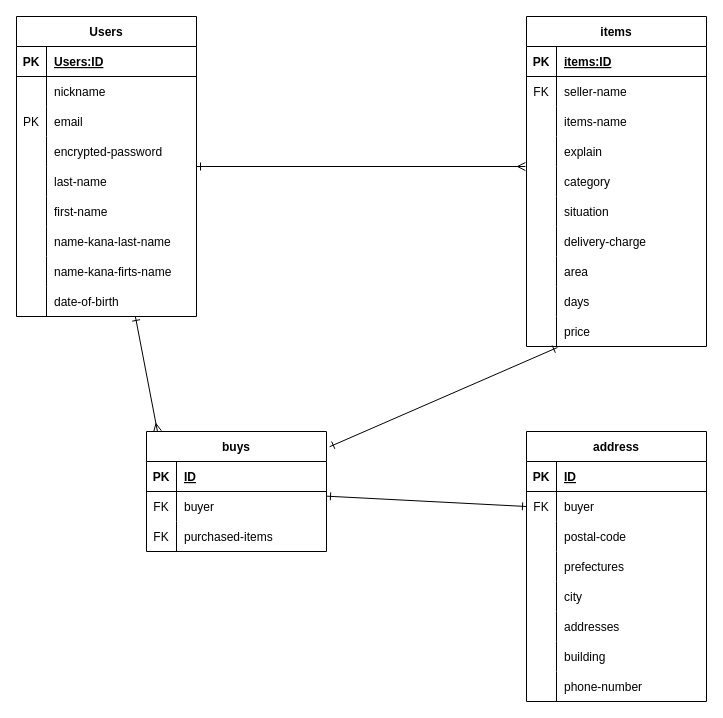
The draw.io diagram ER図.dio in hiro1425/furima-40311, before the edit. Source tidied: cells renumbered, new cells numbered last; positions are measured from the earlier drawing's top-left corner, leaving out a move shared by most shapes. Both pictures are drawn from the tidied source at 100%, with x=0, y=0 at pixel (16, 16).
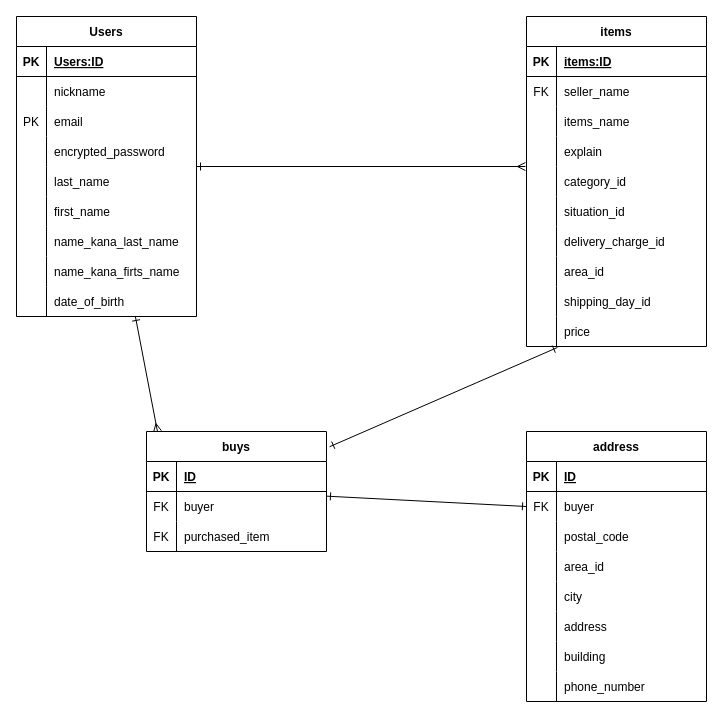
The same page after the edit.

Commit message (it also covers changes not shown here):
DB設計.修正版

Unchanged cells that the change refers to:
```xml
<mxCell id="7" style="shape=tableRow;horizontal=0;startSize=0;swimlaneHead=0;swimlaneBody=0;fillColor=none;top=0;left=0;right=0;bottom=0;" parent="3" vertex="1">
  <mxGeometry y="60" width="180" height="30" as="geometry" />
</mxCell>
<mxCell id="10" style="shape=tableRow;horizontal=0;startSize=0;swimlaneHead=0;swimlaneBody=0;fillColor=none;top=0;left=0;right=0;bottom=0;" parent="3" vertex="1">
  <mxGeometry y="90" width="180" height="30" as="geometry" />
</mxCell>
<mxCell id="16" style="shape=tableRow;horizontal=0;startSize=0;swimlaneHead=0;swimlaneBody=0;fillColor=none;points=[[0,0.5],[1,0.5]];portConstraint=eastwest;top=0;left=0;right=0;bottom=0;" parent="3" vertex="1">
  <mxGeometry y="150" width="180" height="30" as="geometry" />
</mxCell>
<mxCell id="19" style="shape=tableRow;horizontal=0;startSize=0;swimlaneHead=0;swimlaneBody=0;fillColor=none;top=0;left=0;right=0;bottom=0;" parent="3" vertex="1">
  <mxGeometry y="180" width="180" height="30" as="geometry" />
</mxCell>
<mxCell id="22" style="shape=tableRow;horizontal=0;startSize=0;swimlaneHead=0;swimlaneBody=0;fillColor=none;top=0;left=0;right=0;bottom=0;" parent="3" vertex="1">
  <mxGeometry y="210" width="180" height="30" as="geometry" />
</mxCell>
<mxCell id="25" style="shape=tableRow;horizontal=0;startSize=0;swimlaneHead=0;swimlaneBody=0;fillColor=none;top=0;left=0;right=0;bottom=0;" parent="3" vertex="1">
  <mxGeometry y="240" width="180" height="30" as="geometry" />
</mxCell>
<mxCell id="28" style="shape=tableRow;horizontal=0;startSize=0;swimlaneHead=0;swimlaneBody=0;fillColor=none;top=0;left=0;right=0;bottom=0;" parent="3" vertex="1">
  <mxGeometry y="270" width="180" height="30" as="geometry" />
</mxCell>
<mxCell id="46" style="shape=tableRow;horizontal=0;startSize=0;swimlaneHead=0;swimlaneBody=0;fillColor=none;top=0;left=0;right=0;bottom=0;" parent="36" vertex="1">
  <mxGeometry y="120" width="180" height="30" as="geometry" />
</mxCell>
<mxCell id="49" style="shape=tableRow;horizontal=0;startSize=0;swimlaneHead=0;swimlaneBody=0;fillColor=none;top=0;left=0;right=0;bottom=0;" parent="36" vertex="1">
  <mxGeometry y="150" width="180" height="30" as="geometry" />
</mxCell>
<mxCell id="52" style="shape=tableRow;horizontal=0;startSize=0;swimlaneHead=0;swimlaneBody=0;fillColor=none;top=0;left=0;right=0;bottom=0;" parent="36" vertex="1">
  <mxGeometry y="180" width="180" height="30" as="geometry" />
</mxCell>
<mxCell id="55" style="shape=tableRow;horizontal=0;startSize=0;swimlaneHead=0;swimlaneBody=0;fillColor=none;top=0;left=0;right=0;bottom=0;" parent="36" vertex="1">
  <mxGeometry y="210" width="180" height="30" as="geometry" />
</mxCell>
<mxCell id="58" style="shape=tableRow;horizontal=0;startSize=0;swimlaneHead=0;swimlaneBody=0;fillColor=none;top=0;left=0;right=0;bottom=0;" parent="36" vertex="1">
  <mxGeometry y="240" width="180" height="30" as="geometry" />
</mxCell>
<mxCell id="61" style="shape=tableRow;horizontal=0;startSize=0;swimlaneHead=0;swimlaneBody=0;fillColor=none;top=0;left=0;right=0;bottom=0;" parent="36" vertex="1">
  <mxGeometry y="270" width="180" height="30" as="geometry" />
</mxCell>
<mxCell id="72" style="shape=tableRow;horizontal=0;startSize=0;swimlaneHead=0;swimlaneBody=0;fillColor=none;top=0;left=0;right=0;bottom=0;" parent="65" vertex="1">
  <mxGeometry y="90" width="180" height="30" as="geometry" />
</mxCell>
<mxCell id="82" style="shape=tableRow;horizontal=0;startSize=0;swimlaneHead=0;swimlaneBody=0;fillColor=none;top=0;left=0;right=0;bottom=0;" parent="75" vertex="1">
  <mxGeometry y="90" width="180" height="30" as="geometry" />
</mxCell>
<mxCell id="85" style="shape=tableRow;horizontal=0;startSize=0;swimlaneHead=0;swimlaneBody=0;fillColor=none;top=0;left=0;right=0;bottom=0;" parent="75" vertex="1">
  <mxGeometry y="120" width="180" height="30" as="geometry" />
</mxCell>
<mxCell id="91" style="shape=tableRow;horizontal=0;startSize=0;swimlaneHead=0;swimlaneBody=0;fillColor=none;top=0;left=0;right=0;bottom=0;" parent="75" vertex="1">
  <mxGeometry y="180" width="180" height="30" as="geometry" />
</mxCell>
<mxCell id="97" style="shape=tableRow;horizontal=0;startSize=0;swimlaneHead=0;swimlaneBody=0;fillColor=none;top=0;left=0;right=0;bottom=0;" parent="75" vertex="1">
  <mxGeometry y="240" width="180" height="30" as="geometry" />
</mxCell>
```

Diff of the diagram source:
```diff
@@
-    <mxCell id="9" value="seller-name" style="shape=partialRectangle;fillColor=none;top=0;left=0;bottom=0;right=0;align=left;spacingLeft=6;overflow=hidden;" parent="7" vertex="1">
+    <mxCell id="9" value="seller_name" style="shape=partialRectangle;fillColor=none;top=0;left=0;bottom=0;right=0;align=left;spacingLeft=6;overflow=hidden;" parent="7" vertex="1">
       <mxGeometry x="30" width="150" height="30" as="geometry" />
     </mxCell>
@@
-    <mxCell id="12" value="items-name" style="shape=partialRectangle;fillColor=none;top=0;left=0;bottom=0;right=0;align=left;spacingLeft=6;overflow=hidden;" parent="10" vertex="1">
+    <mxCell id="12" value="items_name" style="shape=partialRectangle;fillColor=none;top=0;left=0;bottom=0;right=0;align=left;spacingLeft=6;overflow=hidden;" parent="10" vertex="1">
       <mxGeometry x="30" width="150" height="30" as="geometry" />
     </mxCell>
@@
-    <mxCell id="18" value="category" style="shape=partialRectangle;fillColor=none;top=0;left=0;bottom=0;right=0;align=left;spacingLeft=6;overflow=hidden;" parent="16" vertex="1">
+    <mxCell id="18" value="category_id" style="shape=partialRectangle;fillColor=none;top=0;left=0;bottom=0;right=0;align=left;spacingLeft=6;overflow=hidden;" parent="16" vertex="1">
       <mxGeometry x="30" width="150" height="30" as="geometry" />
     </mxCell>
@@
-    <mxCell id="21" value="situation" style="shape=partialRectangle;fillColor=none;top=0;left=0;bottom=0;right=0;align=left;spacingLeft=6;overflow=hidden;" parent="19" vertex="1">
+    <mxCell id="21" value="situation_id" style="shape=partialRectangle;fillColor=none;top=0;left=0;bottom=0;right=0;align=left;spacingLeft=6;overflow=hidden;" parent="19" vertex="1">
       <mxGeometry x="30" width="150" height="30" as="geometry" />
     </mxCell>
@@
-    <mxCell id="24" value="delivery-charge" style="shape=partialRectangle;fillColor=none;top=0;left=0;bottom=0;right=0;align=left;spacingLeft=6;overflow=hidden;" parent="22" vertex="1">
+    <mxCell id="24" value="delivery_charge_id" style="shape=partialRectangle;fillColor=none;top=0;left=0;bottom=0;right=0;align=left;spacingLeft=6;overflow=hidden;" parent="22" vertex="1">
       <mxGeometry x="30" width="150" height="30" as="geometry" />
     </mxCell>
@@
-    <mxCell id="27" value="area" style="shape=partialRectangle;fillColor=none;top=0;left=0;bottom=0;right=0;align=left;spacingLeft=6;overflow=hidden;" parent="25" vertex="1">
+    <mxCell id="27" value="area_id" style="shape=partialRectangle;fillColor=none;top=0;left=0;bottom=0;right=0;align=left;spacingLeft=6;overflow=hidden;" parent="25" vertex="1">
       <mxGeometry x="30" width="150" height="30" as="geometry" />
     </mxCell>
@@
-    <mxCell id="30" value="days" style="shape=partialRectangle;fillColor=none;top=0;left=0;bottom=0;right=0;align=left;spacingLeft=6;overflow=hidden;" parent="28" vertex="1">
+    <mxCell id="30" value="shipping_day_id" style="shape=partialRectangle;fillColor=none;top=0;left=0;bottom=0;right=0;align=left;spacingLeft=6;overflow=hidden;" parent="28" vertex="1">
       <mxGeometry x="30" width="150" height="30" as="geometry" />
     </mxCell>
@@
-    <mxCell id="48" value="encrypted-password" style="shape=partialRectangle;fillColor=none;top=0;left=0;bottom=0;right=0;align=left;spacingLeft=6;overflow=hidden;" parent="46" vertex="1">
+    <mxCell id="48" value="encrypted_password" style="shape=partialRectangle;fillColor=none;top=0;left=0;bottom=0;right=0;align=left;spacingLeft=6;overflow=hidden;" parent="46" vertex="1">
       <mxGeometry x="30" width="150" height="30" as="geometry" />
     </mxCell>
@@
-    <mxCell id="51" value="last-name" style="shape=partialRectangle;fillColor=none;top=0;left=0;bottom=0;right=0;align=left;spacingLeft=6;overflow=hidden;" parent="49" vertex="1">
+    <mxCell id="51" value="last_name" style="shape=partialRectangle;fillColor=none;top=0;left=0;bottom=0;right=0;align=left;spacingLeft=6;overflow=hidden;" parent="49" vertex="1">
       <mxGeometry x="30" width="150" height="30" as="geometry" />
     </mxCell>
@@
-    <mxCell id="54" value="first-name" style="shape=partialRectangle;fillColor=none;top=0;left=0;bottom=0;right=0;align=left;spacingLeft=6;overflow=hidden;" parent="52" vertex="1">
+    <mxCell id="54" value="first_name" style="shape=partialRectangle;fillColor=none;top=0;left=0;bottom=0;right=0;align=left;spacingLeft=6;overflow=hidden;" parent="52" vertex="1">
       <mxGeometry x="30" width="150" height="30" as="geometry" />
     </mxCell>
@@
-    <mxCell id="57" value="name-kana-last-name" style="shape=partialRectangle;fillColor=none;top=0;left=0;bottom=0;right=0;align=left;spacingLeft=6;overflow=hidden;" parent="55" vertex="1">
+    <mxCell id="57" value="name_kana_last_name" style="shape=partialRectangle;fillColor=none;top=0;left=0;bottom=0;right=0;align=left;spacingLeft=6;overflow=hidden;" parent="55" vertex="1">
       <mxGeometry x="30" width="150" height="30" as="geometry" />
     </mxCell>
@@
-    <mxCell id="60" value="name-kana-firts-name" style="shape=partialRectangle;fillColor=none;top=0;left=0;bottom=0;right=0;align=left;spacingLeft=6;overflow=hidden;" parent="58" vertex="1">
+    <mxCell id="60" value="name_kana_firts_name" style="shape=partialRectangle;fillColor=none;top=0;left=0;bottom=0;right=0;align=left;spacingLeft=6;overflow=hidden;" parent="58" vertex="1">
       <mxGeometry x="30" width="150" height="30" as="geometry" />
     </mxCell>
@@
-    <mxCell id="63" value="date-of-birth" style="shape=partialRectangle;fillColor=none;top=0;left=0;bottom=0;right=0;align=left;spacingLeft=6;overflow=hidden;" parent="61" vertex="1">
+    <mxCell id="63" value="date_of_birth" style="shape=partialRectangle;fillColor=none;top=0;left=0;bottom=0;right=0;align=left;spacingLeft=6;overflow=hidden;" parent="61" vertex="1">
       <mxGeometry x="30" width="150" height="30" as="geometry" />
     </mxCell>
@@
-    <mxCell id="74" value="purchased-items" style="shape=partialRectangle;fillColor=none;top=0;left=0;bottom=0;right=0;align=left;spacingLeft=6;overflow=hidden;" parent="72" vertex="1">
+    <mxCell id="74" value="purchased_item" style="shape=partialRectangle;fillColor=none;top=0;left=0;bottom=0;right=0;align=left;spacingLeft=6;overflow=hidden;" parent="72" vertex="1">
       <mxGeometry x="30" width="150" height="30" as="geometry" />
     </mxCell>
@@
-    <mxCell id="84" value="postal-code" style="shape=partialRectangle;fillColor=none;top=0;left=0;bottom=0;right=0;align=left;spacingLeft=6;overflow=hidden;" parent="82" vertex="1">
+    <mxCell id="84" value="postal_code" style="shape=partialRectangle;fillColor=none;top=0;left=0;bottom=0;right=0;align=left;spacingLeft=6;overflow=hidden;" parent="82" vertex="1">
       <mxGeometry x="30" width="150" height="30" as="geometry" />
     </mxCell>
@@
-    <mxCell id="87" value="prefectures" style="shape=partialRectangle;fillColor=none;top=0;left=0;bottom=0;right=0;align=left;spacingLeft=6;overflow=hidden;" parent="85" vertex="1">
+    <mxCell id="87" value="area_id" style="shape=partialRectangle;fillColor=none;top=0;left=0;bottom=0;right=0;align=left;spacingLeft=6;overflow=hidden;" parent="85" vertex="1">
       <mxGeometry x="30" width="150" height="30" as="geometry" />
     </mxCell>
@@
-    <mxCell id="93" value="addresses" style="shape=partialRectangle;fillColor=none;top=0;left=0;bottom=0;right=0;align=left;spacingLeft=6;overflow=hidden;" parent="91" vertex="1">
+    <mxCell id="93" value="address" style="shape=partialRectangle;fillColor=none;top=0;left=0;bottom=0;right=0;align=left;spacingLeft=6;overflow=hidden;" parent="91" vertex="1">
       <mxGeometry x="30" width="150" height="30" as="geometry" />
     </mxCell>
@@
-    <mxCell id="99" value="phone-number" style="shape=partialRectangle;fillColor=none;top=0;left=0;bottom=0;right=0;align=left;spacingLeft=6;overflow=hidden;" parent="97" vertex="1">
+    <mxCell id="99" value="phone_number" style="shape=partialRectangle;fillColor=none;top=0;left=0;bottom=0;right=0;align=left;spacingLeft=6;overflow=hidden;" parent="97" vertex="1">
       <mxGeometry x="30" width="150" height="30" as="geometry" />
     </mxCell>
```
